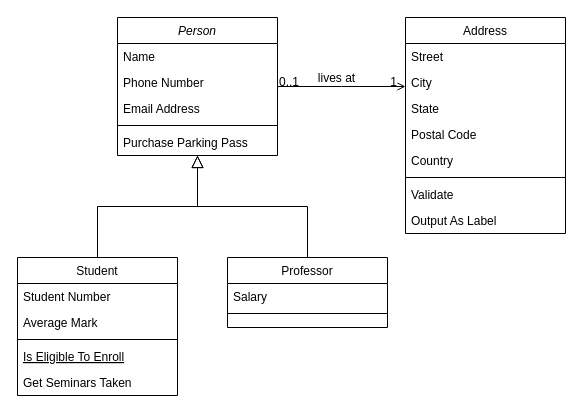
Earlier version of the draw.io diagram project.drawio (nhattranb/EEET2482-COSC2082-Group-Project). Source tidied: cells renumbered, new cells numbered last; positions are measured from the earlier drawing's top-left corner, leaving out a move shared by most shapes. Both pictures are drawn from the tidied source at 100%, with x=0, y=0 at pixel (17, 17).
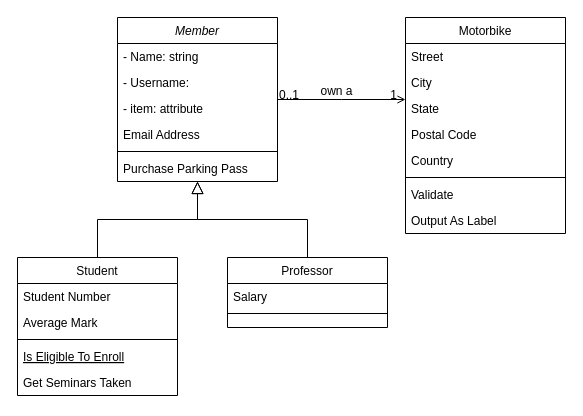
The same page after the edit.

Unchanged cells that the change refers to:
```xml
<mxCell id="28" style="endArrow=open;shadow=0;strokeWidth=1;rounded=0;endFill=1;edgeStyle=elbowEdgeStyle;elbow=vertical;" parent="1" edge="1" source="2" target="19">
  <mxGeometry x="0.5" y="41" relative="1" as="geometry">
    <mxPoint x="-40" y="32" as="offset" />
  </mxGeometry>
</mxCell>
```

Diff of the diagram source:
```diff
@@
-    <mxCell id="2" value="Person" style="swimlane;fontStyle=2;align=center;verticalAlign=top;horizontal=1;startSize=26;rounded=0;shadow=0;strokeWidth=1;" parent="1" vertex="1">
-      <mxGeometry x="100" width="160" height="138" as="geometry" />
+    <mxCell id="2" value="Member" style="swimlane;fontStyle=2;align=center;verticalAlign=top;horizontal=1;startSize=26;rounded=0;shadow=0;strokeWidth=1;" parent="1" vertex="1">
+      <mxGeometry x="100" width="160" height="164" as="geometry" />
     </mxCell>
-    <mxCell id="3" value="Name" style="text;align=left;verticalAlign=top;spacingLeft=4;spacingRight=4;overflow=hidden;" parent="2" vertex="1">
+    <mxCell id="3" value="- Name: string" style="text;align=left;verticalAlign=top;spacingLeft=4;spacingRight=4;overflow=hidden;" parent="2" vertex="1">
       <mxGeometry y="26" width="160" height="26" as="geometry" />
     </mxCell>
-    <mxCell id="4" value="Phone Number" style="text;align=left;verticalAlign=top;spacingLeft=4;spacingRight=4;overflow=hidden;rounded=0;shadow=0;html=0;" parent="2" vertex="1">
+    <mxCell id="4" value="- Username:" style="text;align=left;verticalAlign=top;spacingLeft=4;spacingRight=4;overflow=hidden;rounded=0;shadow=0;html=0;" parent="2" vertex="1">
       <mxGeometry y="52" width="160" height="26" as="geometry" />
     </mxCell>
+    <mxCell id="32" value="- item: attribute" style="text;strokeColor=none;fillColor=none;align=left;verticalAlign=top;spacingLeft=4;spacingRight=4;overflow=hidden;whiteSpace=wrap;html=1;" parent="2" vertex="1">
+      <mxGeometry y="78" width="160" height="26" as="geometry" />
+    </mxCell>
     <mxCell id="5" value="Email Address" style="text;align=left;verticalAlign=top;spacingLeft=4;spacingRight=4;overflow=hidden;rounded=0;shadow=0;html=0;" parent="2" vertex="1">
-      <mxGeometry y="78" width="160" height="26" as="geometry" />
+      <mxGeometry y="104" width="160" height="26" as="geometry" />
     </mxCell>
     <mxCell id="6" style="line;html=1;strokeWidth=1;align=left;verticalAlign=middle;spacingTop=-1;spacingLeft=3;spacingRight=3;labelPosition=right;" parent="2" vertex="1">
-      <mxGeometry y="104" width="160" height="8" as="geometry" />
+      <mxGeometry y="130" width="160" height="8" as="geometry" />
     </mxCell>
     <mxCell id="7" value="Purchase Parking Pass" style="text;align=left;verticalAlign=top;spacingLeft=4;spacingRight=4;overflow=hidden;" parent="2" vertex="1">
-      <mxGeometry y="112" width="160" height="26" as="geometry" />
+      <mxGeometry y="138" width="160" height="26" as="geometry" />
     </mxCell>
@@
-    <mxCell id="19" value="Address" style="swimlane;fontStyle=0;align=center;verticalAlign=top;horizontal=1;startSize=26;rounded=0;shadow=0;strokeWidth=1;" parent="1" vertex="1">
+    <mxCell id="19" value="Motorbike" style="swimlane;fontStyle=0;align=center;verticalAlign=top;horizontal=1;startSize=26;rounded=0;shadow=0;strokeWidth=1;" parent="1" vertex="1">
       <mxGeometry x="388" width="160" height="216" as="geometry" />
     </mxCell>
@@
-    <mxCell id="31" value="lives at" style="text;html=1;align=center;verticalAlign=middle;labelBackgroundColor=none;rounded=0;shadow=0;strokeWidth=1;fontSize=12;" parent="28" vertex="1">
+    <mxCell id="31" value="own a" style="text;html=1;align=center;verticalAlign=middle;labelBackgroundColor=none;rounded=0;shadow=0;strokeWidth=1;fontSize=12;" parent="28" vertex="1">
       <mxGeometry x="0.5" y="49" relative="1" as="geometry">
         <mxPoint x="-38" y="40" as="offset" />
       </mxGeometry>
     </mxCell>
```
